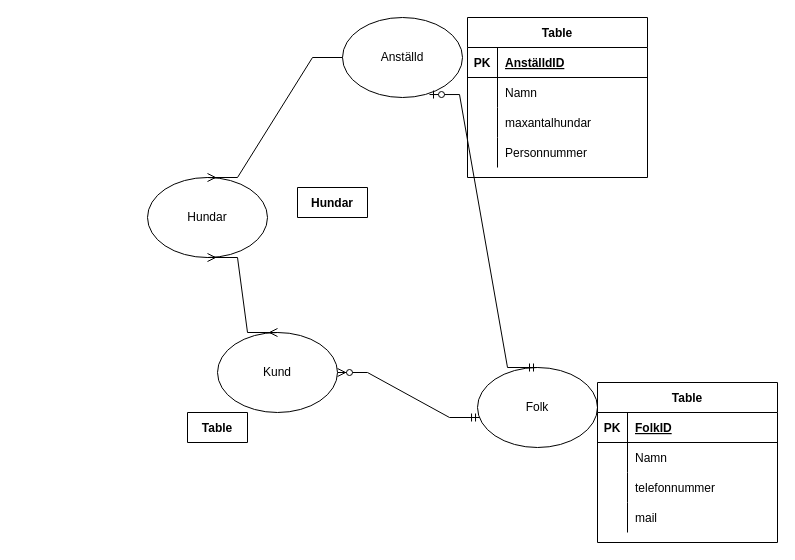
Above: Untitled Diagram.drawio in KaptenSne/TestDemo (draw.io), before the change. Source tidied: cells renumbered, new cells numbered last; positions are measured from the earlier drawing's top-left corner, leaving out a move shared by most shapes. Both pictures are drawn from the tidied source at 100%, with x=0, y=0 at pixel (147, 17).
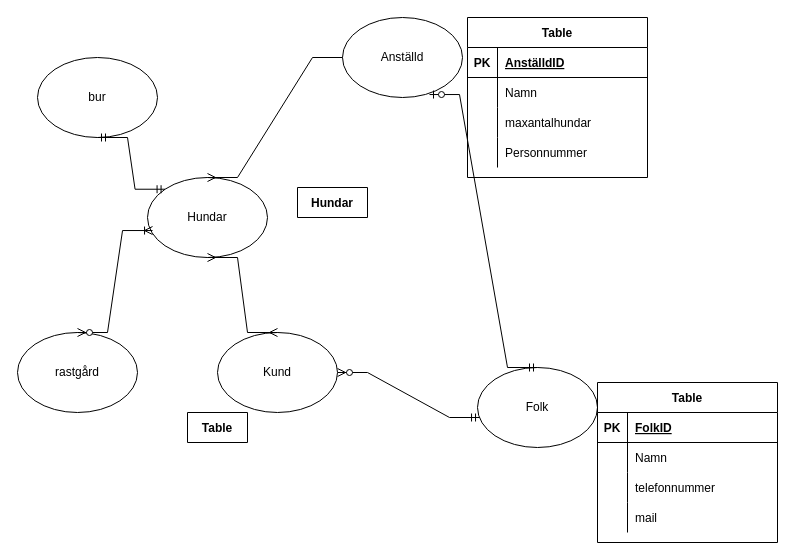
The same diagram, later.

Unchanged cells that the change refers to:
```xml
<mxCell id="2" value="Hundar" style="ellipse;whiteSpace=wrap;html=1;" parent="1" vertex="1">
  <mxGeometry y="160" width="120" height="80" as="geometry" />
</mxCell>
```

Diff of the diagram source:
```diff
@@
+    <mxCell id="38" value="bur" style="ellipse;whiteSpace=wrap;html=1;" parent="1" vertex="1">
+      <mxGeometry x="-110" y="40" width="120" height="80" as="geometry" />
+    </mxCell>
+    <mxCell id="39" style="edgeStyle=entityRelationEdgeStyle;fontSize=12;html=1;endArrow=ERmandOne;startArrow=ERmandOne;rounded=0;entryX=0;entryY=0;entryDx=0;entryDy=0;exitX=0.5;exitY=1;exitDx=0;exitDy=0;" parent="1" edge="1" source="38" target="2">
+      <mxGeometry relative="1" as="geometry" />
+    </mxCell>
+    <mxCell id="40" value="rastgård" style="ellipse;whiteSpace=wrap;html=1;" parent="1" vertex="1">
+      <mxGeometry x="-130" y="315" width="120" height="80" as="geometry" />
+    </mxCell>
+    <mxCell id="41" style="edgeStyle=entityRelationEdgeStyle;fontSize=12;html=1;endArrow=ERoneToMany;startArrow=ERzeroToMany;rounded=0;entryX=0.042;entryY=0.663;entryDx=0;entryDy=0;entryPerimeter=0;" parent="1" edge="1" target="2">
+      <mxGeometry relative="1" as="geometry">
+        <mxPoint x="-70" y="315" as="sourcePoint" />
+      </mxGeometry>
+    </mxCell>
```
